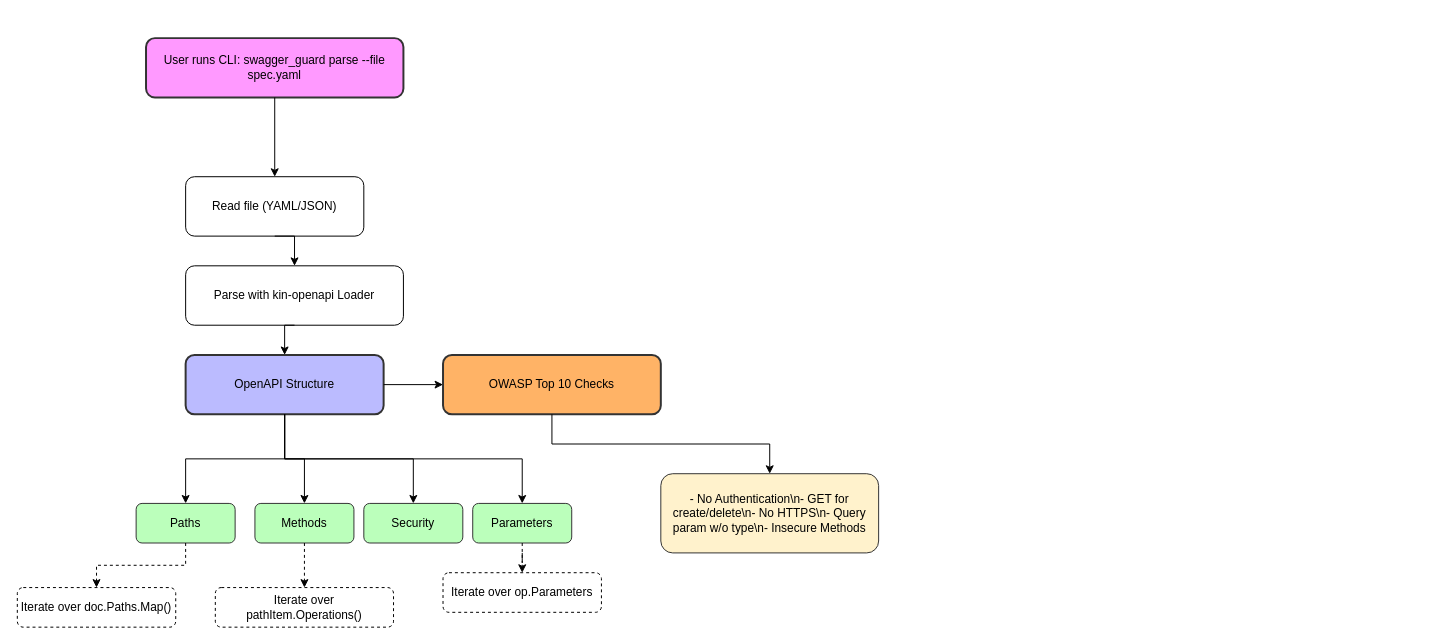
Above: docs/cli_openapi_parser.drawio in lorenaziviani/swagger_guard (draw.io), before the change. Source tidied: cells renumbered, new cells numbered last; positions are measured from the earlier drawing's top-left corner, leaving out a move shared by most shapes. Both pictures are drawn from the tidied source at 99%, with x=0, y=0 at pixel (17, 38).
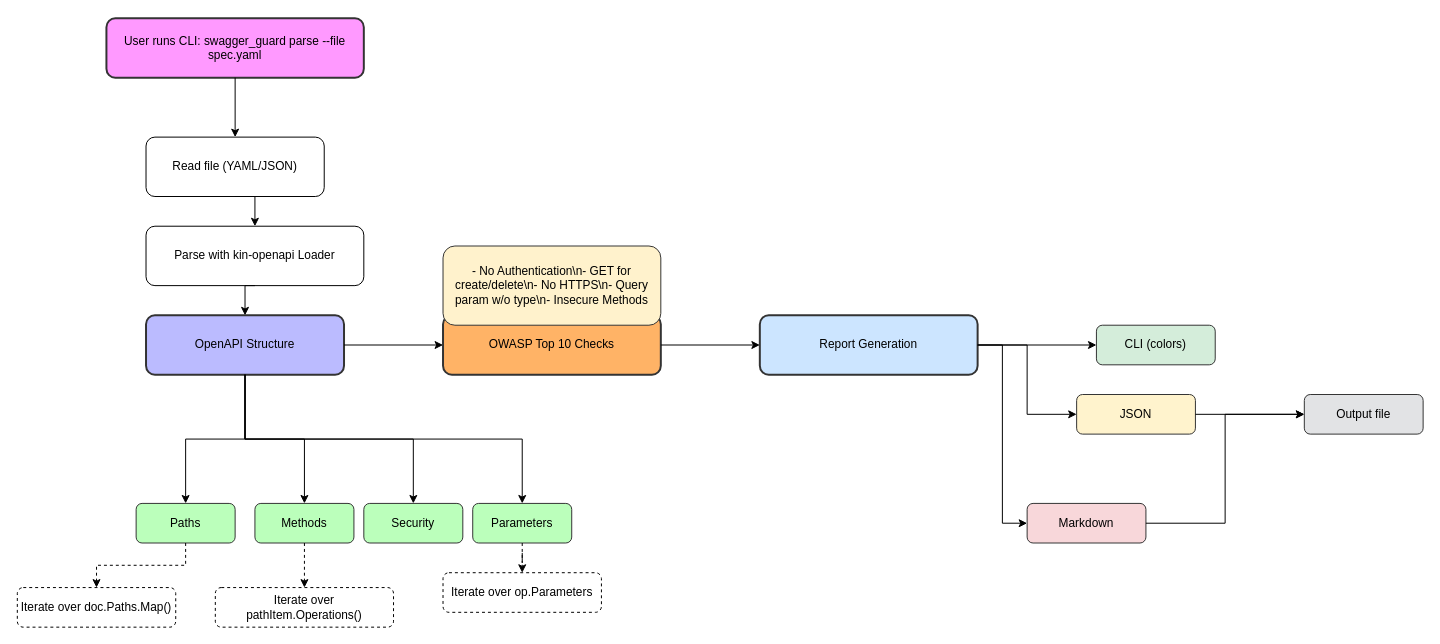
The same page after the edit.

Commit message (it also covers changes not shown here):
feat(report): add organized and readable reporting

Change to the diagram source:
```diff
@@
     <mxCell id="2" value="User runs CLI: swagger_guard parse --file spec.yaml" style="rounded=1;whiteSpace=wrap;html=1;fillColor=#f9f;strokeColor=#333;strokeWidth=2;" parent="1" vertex="1">
-      <mxGeometry x="130" width="260" height="60" as="geometry" />
+      <mxGeometry x="90" y="-20" width="260" height="60" as="geometry" />
     </mxCell>
     <mxCell id="3" value="Read file (YAML/JSON)" style="rounded=1;whiteSpace=wrap;html=1;" parent="1" vertex="1">
-      <mxGeometry x="170" y="140" width="180" height="60" as="geometry" />
+      <mxGeometry x="130" y="100" width="180" height="60" as="geometry" />
     </mxCell>
     <mxCell id="4" value="Parse with kin-openapi Loader" style="rounded=1;whiteSpace=wrap;html=1;" parent="1" vertex="1">
-      <mxGeometry x="170" y="230" width="220" height="60" as="geometry" />
+      <mxGeometry x="130" y="190" width="220" height="60" as="geometry" />
     </mxCell>
     <mxCell id="5" value="OpenAPI Structure" style="rounded=1;whiteSpace=wrap;html=1;fillColor=#bbf;strokeColor=#333;strokeWidth=2;" parent="1" vertex="1">
-      <mxGeometry x="170" y="320" width="200" height="60" as="geometry" />
+      <mxGeometry x="130" y="280" width="200" height="60" as="geometry" />
     </mxCell>
     <mxCell id="6" value="OWASP Top 10 Checks" style="rounded=1;whiteSpace=wrap;html=1;fillColor=#ffb366;strokeColor=#333;strokeWidth=2;" parent="1" vertex="1">
-      <mxGeometry x="430" y="320" width="220" height="60" as="geometry" />
+      <mxGeometry x="430" y="280" width="220" height="60" as="geometry" />
     </mxCell>
     <mxCell id="7" value="- No Authentication\n- GET for create/delete\n- No HTTPS\n- Query param w/o type\n- Insecure Methods" style="rounded=1;whiteSpace=wrap;html=1;fillColor=#fff2cc;strokeColor=#333;strokeWidth=1;" parent="1" vertex="1">
-      <mxGeometry x="650" y="440" width="220" height="80" as="geometry" />
+      <mxGeometry x="430" y="210" width="220" height="80" as="geometry" />
     </mxCell>
+    <mxCell id="27" value="Report Generation" style="rounded=1;whiteSpace=wrap;html=1;fillColor=#cce5ff;strokeColor=#333;strokeWidth=2;" parent="1" vertex="1">
+      <mxGeometry x="750" y="280" width="220" height="60" as="geometry" />
+    </mxCell>
+    <mxCell id="28" value="CLI (colors)" style="rounded=1;whiteSpace=wrap;html=1;fillColor=#d4edda;strokeColor=#333;strokeWidth=1;" parent="1" vertex="1">
+      <mxGeometry x="1090" y="290" width="120" height="40" as="geometry" />
+    </mxCell>
+    <mxCell id="29" value="JSON" style="rounded=1;whiteSpace=wrap;html=1;fillColor=#fff3cd;strokeColor=#333;strokeWidth=1;" parent="1" vertex="1">
+      <mxGeometry x="1070" y="360" width="120" height="40" as="geometry" />
+    </mxCell>
+    <mxCell id="30" value="Markdown" style="rounded=1;whiteSpace=wrap;html=1;fillColor=#f8d7da;strokeColor=#333;strokeWidth=1;" parent="1" vertex="1">
+      <mxGeometry x="1020" y="470" width="120" height="40" as="geometry" />
+    </mxCell>
+    <mxCell id="31" value="Output file" style="rounded=1;whiteSpace=wrap;html=1;fillColor=#e2e3e5;strokeColor=#333;strokeWidth=1;" parent="1" vertex="1">
+      <mxGeometry x="1300" y="360" width="120" height="40" as="geometry" />
+    </mxCell>
@@
-    <mxCell id="19" style="edgeStyle=orthogonalEdgeStyle;rounded=0;jettySize=auto;html=1;exitX=0.5;exitY=1;exitDx=0;exitDy=0;entryX=0.5;entryY=0;entryDx=0;entryDy=0;" parent="1" edge="1" source="6" target="7">
-      <mxGeometry relative="1" as="geometry" />
-    </mxCell>
+    <mxCell id="32" style="edgeStyle=orthogonalEdgeStyle;rounded=0;jettySize=auto;html=1;exitX=1;exitY=0.5;exitDx=0;exitDy=0;entryX=0;entryY=0.5;entryDx=0;entryDy=0;" parent="1" edge="1" source="6" target="27">
+      <mxGeometry relative="1" as="geometry" />
+    </mxCell>
+    <mxCell id="33" style="edgeStyle=orthogonalEdgeStyle;rounded=0;jettySize=auto;html=1;exitX=1;exitY=0.5;exitDx=0;exitDy=0;entryX=0;entryY=0.5;entryDx=0;entryDy=0;" parent="1" edge="1" source="27" target="28">
+      <mxGeometry relative="1" as="geometry" />
+    </mxCell>
+    <mxCell id="34" style="edgeStyle=orthogonalEdgeStyle;rounded=0;jettySize=auto;html=1;exitX=1;exitY=0.5;exitDx=0;exitDy=0;entryX=0;entryY=0.5;entryDx=0;entryDy=0;" parent="1" edge="1" source="27" target="29">
+      <mxGeometry relative="1" as="geometry" />
+    </mxCell>
+    <mxCell id="35" style="edgeStyle=orthogonalEdgeStyle;rounded=0;jettySize=auto;html=1;exitX=1;exitY=0.5;exitDx=0;exitDy=0;entryX=0;entryY=0.5;entryDx=0;entryDy=0;" parent="1" edge="1" source="27" target="30">
+      <mxGeometry relative="1" as="geometry" />
+    </mxCell>
+    <mxCell id="36" style="edgeStyle=orthogonalEdgeStyle;rounded=0;jettySize=auto;html=1;exitX=1;exitY=0.5;exitDx=0;exitDy=0;entryX=0;entryY=0.5;entryDx=0;entryDy=0;" parent="1" edge="1" source="29" target="31">
+      <mxGeometry relative="1" as="geometry" />
+    </mxCell>
+    <mxCell id="37" style="edgeStyle=orthogonalEdgeStyle;rounded=0;jettySize=auto;html=1;exitX=1;exitY=0.5;exitDx=0;exitDy=0;entryX=0;entryY=0.5;entryDx=0;entryDy=0;" parent="1" edge="1" source="30" target="31">
+      <mxGeometry relative="1" as="geometry" />
+    </mxCell>
```
